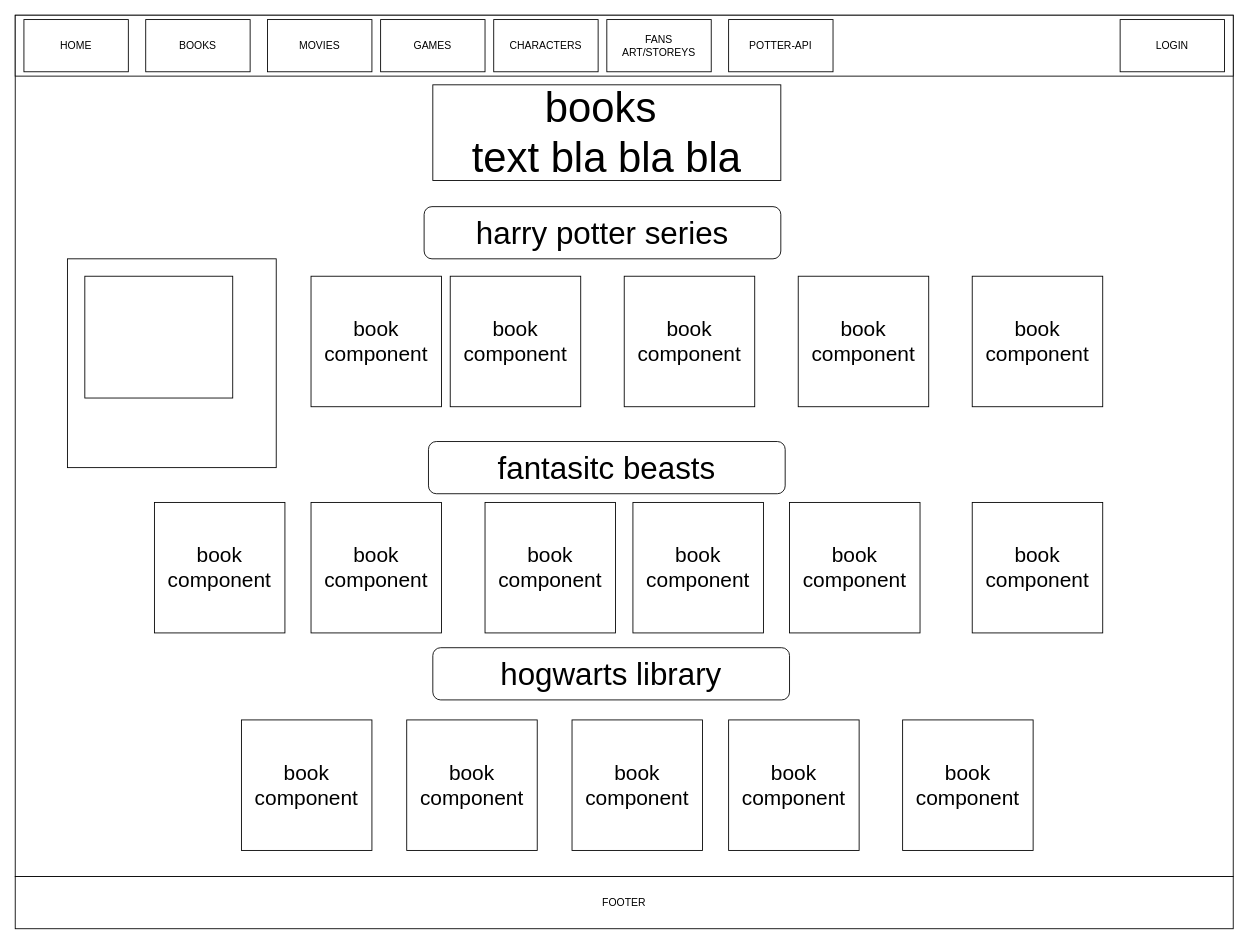
t-bendet/potter-front-end-react keeps this draw.io diagram as page "BOOKS" (2 of 8) of pseudo/Mock site.drawio. Above is the earlier version. Source tidied: cells renumbered, new cells numbered last; positions are measured from the earlier drawing's top-left corner, leaving out a move shared by most shapes. Both pictures are drawn from the tidied source at 87%, with x=0, y=0 at pixel (15, 15).
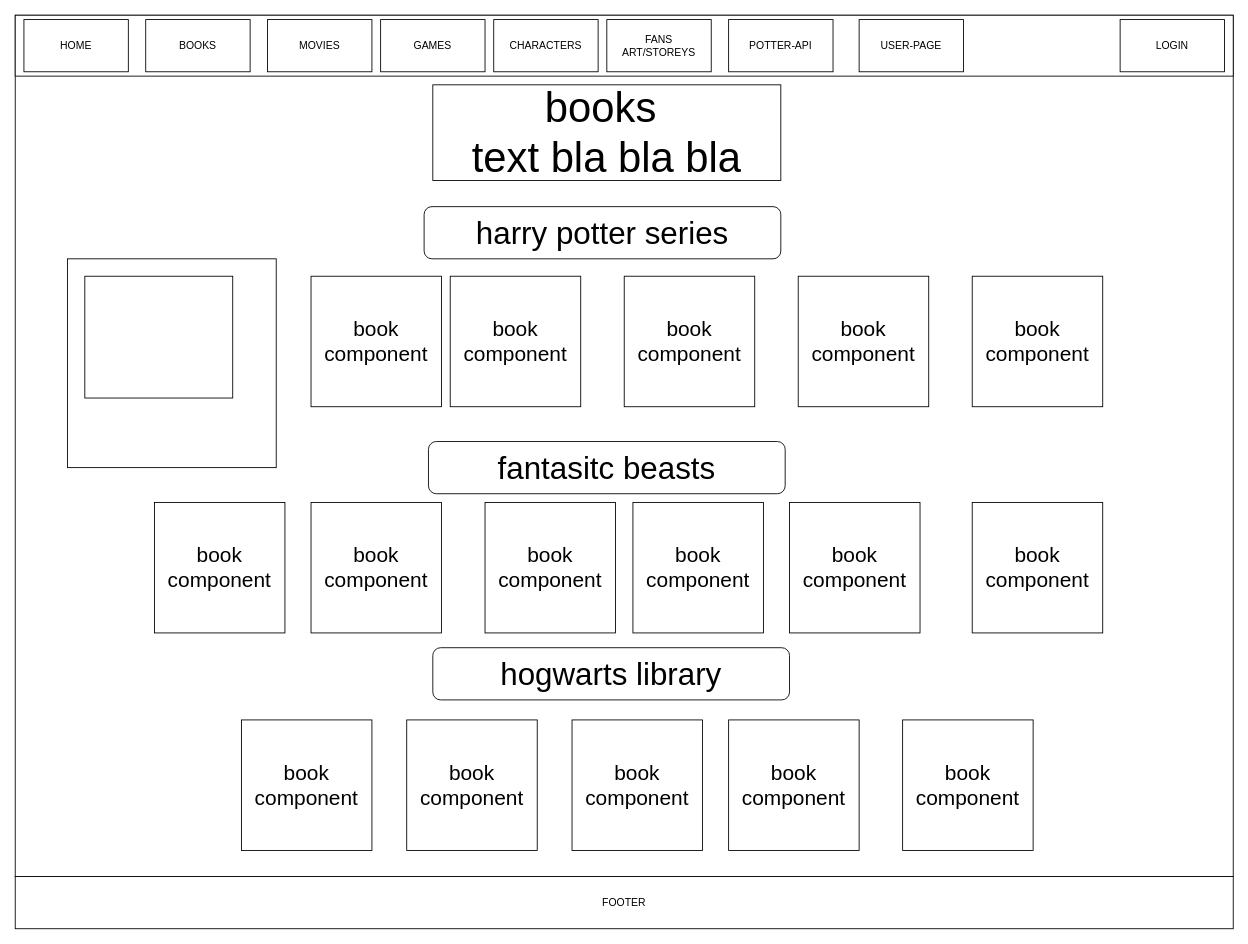
The same diagram, later.

Change to the diagram source:
```diff
@@
+    <mxCell id="35" value="USER-PAGE" style="rounded=0;whiteSpace=wrap;html=1;" parent="1" vertex="1">
+      <mxGeometry x="970" y="5" width="120" height="60" as="geometry" />
+    </mxCell>
```
